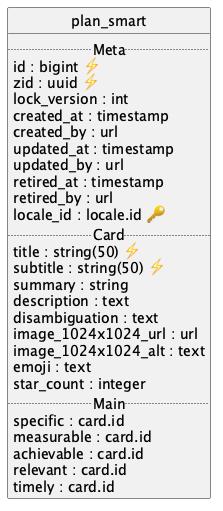
This is api/plan_smart/uml/uml.png from contactopensource/contactopensource, a PlantUML export, as it was before one commit.
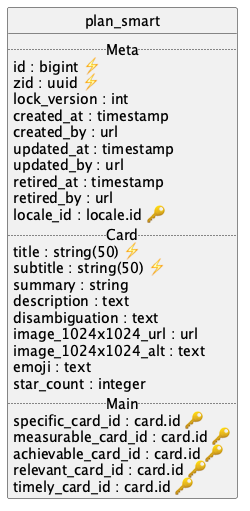
The same file after the commit.

Change to the diagram source:
```diff
@@ -26,11 +26,11 @@
   emoji : text
   star_count : integer
   .. Main ..
-  specific : card.id
-  measurable : card.id
-  achievable : card.id
-  relevant : card.id
-  timely : card.id
+  specific_card_id : card.id 🔑
+  measurable_card_id : card.id 🔑
+  achievable_card_id : card.id 🔑
+  relevant_card_id : card.id 🔑
+  timely_card_id : card.id 🔑
 }
 
 @enduml
```
